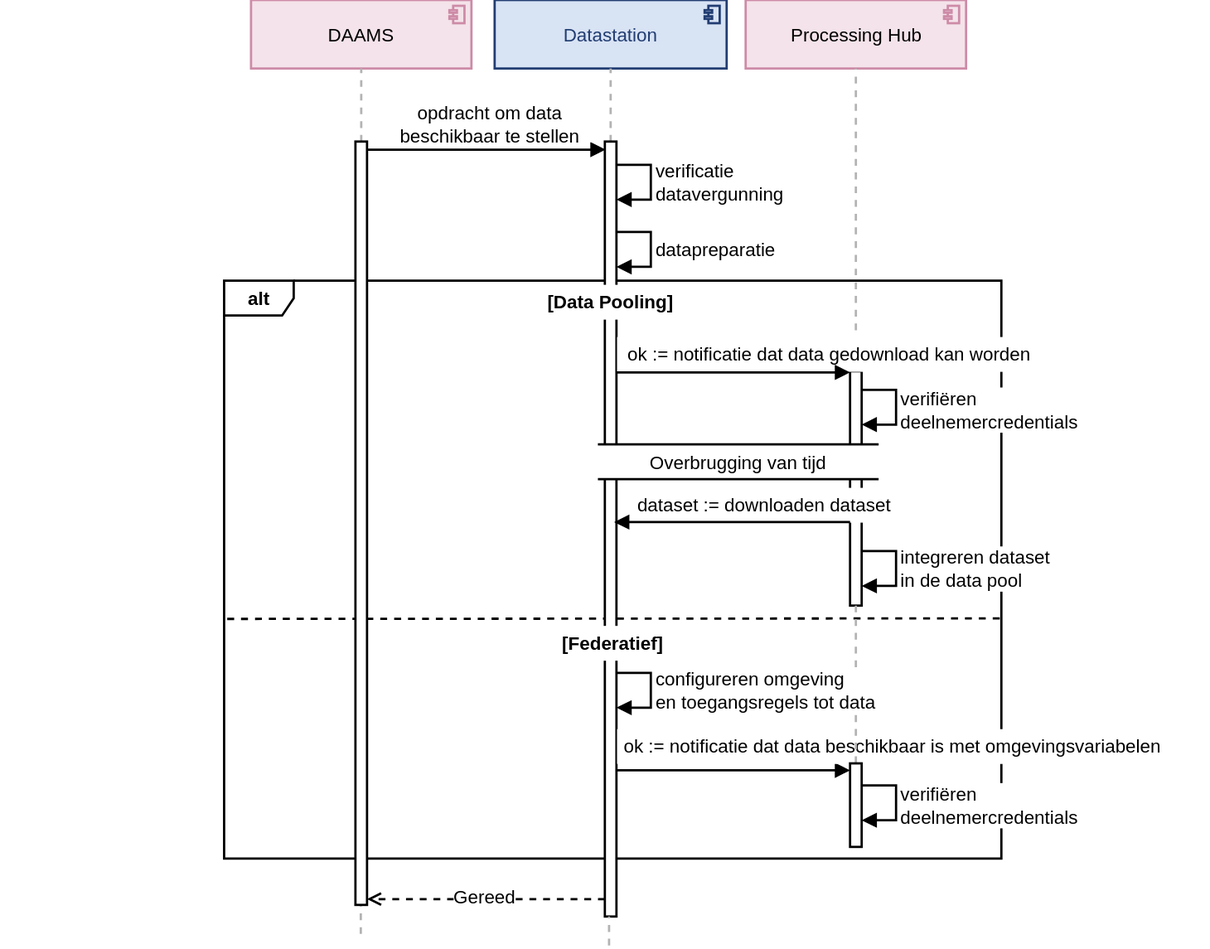
This is docs/applicatie/laag-3/datastation-klaarzetten.drawio.svg from Health-RI/data-station-specification, a draw.io export, as it was before one commit. Source tidied: cells renumbered, new cells last; positions are measured from the earlier drawing's top-left corner, leaving out a move shared by most shapes.
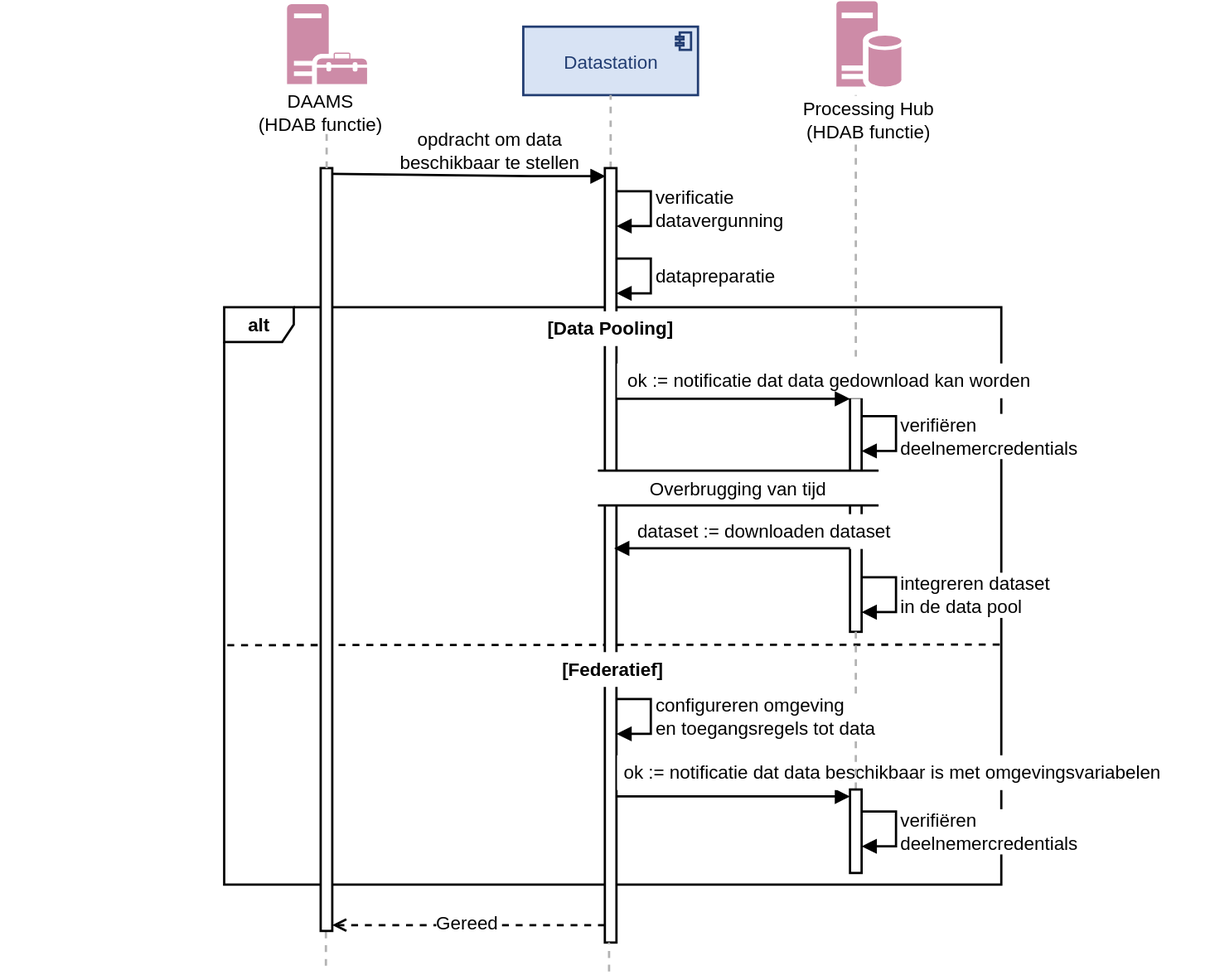
After the commit.

Change to the diagram source:
```diff
@@ -18,28 +18,24 @@
       </mxGeometry>
     </mxCell>
     <mxCell id="5" value="Datastation" style="html=1;outlineConnect=0;whiteSpace=wrap;fillColor=light-dark(#D8E3F4,#D8E3F4);shape=mxgraph.archimate3.application;appType=comp;archiType=square;fontSize=16;strokeWidth=1.9685;strokeColor=#223D72;fontColor=#223D72;fontStyle=0;verticalAlign=middle;spacingBottom=0;" parent="1" vertex="1">
-      <mxGeometry x="426.4" width="200" height="59.1" as="geometry" />
+      <mxGeometry x="451" width="150.6" height="59.1" as="geometry" />
     </mxCell>
-    <mxCell id="6" value="DAAMS" style="html=1;outlineConnect=0;whiteSpace=wrap;fillColor=light-dark(#F4E3EA,#F4E3EA);shape=mxgraph.archimate3.application;appType=comp;archiType=square;fontSize=16;strokeWidth=1.9685;strokeColor=#CD8BA7;fontStyle=0;verticalAlign=middle;" parent="1" vertex="1">
-      <mxGeometry x="216.4" width="190" height="59.1" as="geometry" />
-    </mxCell>
     <mxCell id="7" style="rounded=0;whiteSpace=wrap;html=1;fillColor=none;strokeColor=none;" parent="1" vertex="1">
       <mxGeometry y="492" width="1042.8" height="60" as="geometry" />
     </mxCell>
-    <mxCell id="8" value="Processing Hub" style="html=1;outlineConnect=0;whiteSpace=wrap;fillColor=light-dark(#F4E3EA,#F4E3EA);shape=mxgraph.archimate3.application;appType=comp;archiType=square;fontSize=16;strokeWidth=1.9685;strokeColor=#CD8BA7;fontStyle=0;verticalAlign=middle;" parent="1" vertex="1">
-      <mxGeometry x="642.8" width="190" height="59.1" as="geometry" />
-    </mxCell>
-    <mxCell id="9" style="endArrow=none;html=1;rounded=0;fontSize=12;startSize=8;endSize=8;curved=1;dashed=1;strokeColor=#B3B3B3;strokeWidth=1.9685;" parent="1" edge="1" source="11" target="6">
-      <mxGeometry relative="1" as="geometry" />
+    <mxCell id="9" style="endArrow=none;html=1;rounded=0;fontSize=12;startSize=8;endSize=8;curved=1;dashed=1;strokeColor=#B3B3B3;strokeWidth=1.9685;" parent="1" edge="1" source="43">
+      <mxGeometry relative="1" as="geometry">
+        <mxPoint x="280" y="59.1" as="targetPoint" />
+      </mxGeometry>
     </mxCell>
     <mxCell id="10" style="endArrow=none;html=1;rounded=0;fontSize=12;startSize=8;endSize=8;curved=1;dashed=1;strokeWidth=1.9685;strokeColor=#B3B3B3;" parent="1" edge="1">
       <mxGeometry relative="1" as="geometry">
-        <mxPoint x="311" y="805" as="sourcePoint" />
-        <mxPoint x="311" y="775" as="targetPoint" />
+        <mxPoint x="280.9" y="810" as="sourcePoint" />
+        <mxPoint x="280.9" y="780" as="targetPoint" />
       </mxGeometry>
     </mxCell>
     <mxCell id="11" style="html=1;points=[[0,0,0,0,5],[0,1,0,0,-5],[1,0,0,0,5],[1,1,0,0,-5]];perimeter=orthogonalPerimeter;outlineConnect=0;targetShapes=umlLifeline;portConstraint=eastwest;newEdgeStyle={&quot;curved&quot;:0,&quot;rounded&quot;:0};strokeWidth=1.9685;" parent="1" vertex="1">
-      <mxGeometry x="306.4" y="122" width="10" height="658" as="geometry" />
+      <mxGeometry x="276.4" y="122" width="10" height="658" as="geometry" />
     </mxCell>
     <mxCell id="12" style="endArrow=none;html=1;rounded=0;fontSize=12;startSize=8;endSize=8;curved=1;dashed=1;strokeColor=#B3B3B3;strokeWidth=1.9685;" parent="1" edge="1" source="14" target="5">
       <mxGeometry relative="1" as="geometry" />
@@ -53,9 +49,8 @@
     <mxCell id="14" style="html=1;points=[[0,0,0,0,5],[0,1,0,0,-5],[1,0,0,0,5],[1,1,0,0,-5]];perimeter=orthogonalPerimeter;outlineConnect=0;targetShapes=umlLifeline;portConstraint=eastwest;newEdgeStyle={&quot;curved&quot;:0,&quot;rounded&quot;:0};strokeWidth=1.9685;" parent="1" vertex="1">
       <mxGeometry x="521.4" y="122" width="10" height="668" as="geometry" />
     </mxCell>
-    <mxCell id="15" style="html=1;verticalAlign=bottom;endArrow=block;curved=0;rounded=0;fontSize=16;startSize=8;endSize=8;strokeWidth=1.9685;" parent="1" edge="1">
+    <mxCell id="15" style="html=1;verticalAlign=bottom;endArrow=block;curved=0;rounded=0;fontSize=16;startSize=8;endSize=8;strokeWidth=1.9685;exitX=1;exitY=0;exitDx=0;exitDy=5;exitPerimeter=0;" parent="1" edge="1" source="11">
       <mxGeometry relative="1" as="geometry">
-        <mxPoint x="317" y="129" as="sourcePoint" />
         <mxPoint x="522" y="129" as="targetPoint" />
         <Array as="points">
           <mxPoint x="457.6" y="129" />
@@ -65,8 +60,10 @@
     <mxCell id="16" value="opdracht om data beschikbaar te stellen" style="text;html=1;whiteSpace=wrap;strokeColor=none;fillColor=default;align=center;verticalAlign=middle;rounded=0;fontSize=16;" parent="1" vertex="1">
       <mxGeometry x="327" y="92" width="190" height="30" as="geometry" />
     </mxCell>
-    <mxCell id="17" style="endArrow=none;html=1;rounded=0;fontSize=12;startSize=8;endSize=8;curved=1;dashed=1;strokeColor=#B3B3B3;strokeWidth=1.9685;" parent="1" edge="1" source="19" target="8">
-      <mxGeometry relative="1" as="geometry" />
+    <mxCell id="17" style="endArrow=none;html=1;rounded=0;fontSize=12;startSize=8;endSize=8;curved=1;dashed=1;strokeColor=#B3B3B3;strokeWidth=1.9685;" parent="1" edge="1" source="19">
+      <mxGeometry relative="1" as="geometry">
+        <mxPoint x="737.8" y="59.1" as="targetPoint" />
+      </mxGeometry>
     </mxCell>
     <mxCell id="18" style="endArrow=none;html=1;rounded=0;fontSize=12;startSize=8;endSize=8;curved=1;dashed=1;" parent="1" edge="1" target="19">
       <mxGeometry relative="1" as="geometry">
@@ -96,11 +93,8 @@
     <mxCell id="25" value="ok := notificatie dat data beschikbaar is met omgevingsvariabelen" style="text;html=1;whiteSpace=wrap;strokeColor=none;fillColor=default;align=center;verticalAlign=middle;rounded=0;fontSize=16;" parent="1" vertex="1">
       <mxGeometry x="531.4" y="628" width="475.6" height="30" as="geometry" />
     </mxCell>
-    <mxCell id="26" value="Gereed" style="html=1;verticalAlign=bottom;endArrow=open;dashed=1;endSize=8;curved=0;rounded=0;fontSize=16;strokeWidth=1.9685;" parent="1" edge="1">
-      <mxGeometry x="0.01" y="10" relative="1" as="geometry">
-        <mxPoint x="521.4" y="775" as="sourcePoint" />
-        <mxPoint x="316.4" y="775" as="targetPoint" />
-      </mxGeometry>
+    <mxCell id="26" value="Gereed" style="html=1;verticalAlign=bottom;endArrow=open;dashed=1;endSize=8;curved=0;rounded=0;fontSize=16;strokeWidth=1.9685;entryX=1;entryY=1;entryDx=0;entryDy=-5;entryPerimeter=0;" parent="1" edge="1" source="14" target="11">
+      <mxGeometry x="0.01" y="10" relative="1" as="geometry" />
     </mxCell>
     <mxCell id="27" value="datapreparatie" style="html=1;align=left;spacingLeft=2;endArrow=block;rounded=0;edgeStyle=orthogonalEdgeStyle;curved=0;rounded=0;fontSize=16;startSize=8;endSize=8;strokeWidth=1.9685;" parent="1" edge="1">
       <mxGeometry relative="1" as="geometry">
@@ -188,5 +182,23 @@
         </Array>
       </mxGeometry>
     </mxCell>
+    <mxCell id="39" style="sketch=0;shadow=0;dashed=0;html=1;strokeColor=#FFFFFF;labelPosition=center;verticalLabelPosition=bottom;verticalAlign=top;align=center;fillColor=light-dark(#CD8BA7,#CD8BA7);shape=mxgraph.mscae.system_center.management_point;" parent="1" vertex="1">
+      <mxGeometry x="246.4" y="-20.5" width="70" height="70" as="geometry" />
+    </mxCell>
+    <mxCell id="40" style="sketch=0;shadow=0;dashed=0;html=1;strokeColor=#FFFFFF;labelPosition=center;verticalLabelPosition=bottom;verticalAlign=top;align=center;fillColor=light-dark(#CD8BA7,#CD8BA7);shape=mxgraph.mscae.enterprise.database_server;fontFamily=Arial;" parent="1" vertex="1">
+      <mxGeometry x="720" y="-23" width="57" height="75" as="geometry" />
+    </mxCell>
+    <mxCell id="41" value="Processing Hub&lt;br&gt;&lt;div&gt;(&lt;span style=&quot;background-color: transparent; color: light-dark(rgb(0, 0, 0), rgb(255, 255, 255));&quot;&gt;HDAB&lt;/span&gt;&lt;span style=&quot;background-color: transparent; color: light-dark(rgb(0, 0, 0), rgb(255, 255, 255));&quot;&gt;&amp;nbsp;functie)&lt;/span&gt;&lt;/div&gt;" style="text;html=1;whiteSpace=wrap;strokeColor=none;fillColor=default;align=center;verticalAlign=middle;rounded=0;fontSize=16;fontFamily=Arial;" parent="1" vertex="1">
+      <mxGeometry x="647" y="59.1" width="202.9" height="42" as="geometry" />
+    </mxCell>
+    <mxCell id="42" style="endArrow=none;html=1;rounded=0;fontSize=12;startSize=8;endSize=8;curved=1;dashed=1;strokeColor=#B3B3B3;strokeWidth=1.9685;" parent="1" edge="1">
+      <mxGeometry relative="1" as="geometry">
+        <mxPoint x="281.5" y="122" as="sourcePoint" />
+        <mxPoint x="281.5" y="89.1" as="targetPoint" />
+      </mxGeometry>
+    </mxCell>
+    <mxCell id="43" value="DAAMS&lt;div&gt;(&lt;span style=&quot;color: light-dark(rgb(0, 0, 0), rgb(255, 255, 255)); background-color: transparent;&quot;&gt;HDAB&lt;/span&gt;&lt;span style=&quot;color: light-dark(rgb(0, 0, 0), rgb(255, 255, 255)); background-color: transparent;&quot;&gt;&amp;nbsp;functie)&lt;/span&gt;&lt;/div&gt;" style="text;html=1;whiteSpace=wrap;strokeColor=none;fillColor=none;align=center;verticalAlign=middle;rounded=0;fontSize=16;fontFamily=Arial;" parent="1" vertex="1">
+      <mxGeometry x="234.9" y="59.1" width="81.5" height="30" as="geometry" />
+    </mxCell>
   </root>
 </mxGraphModel>
```
